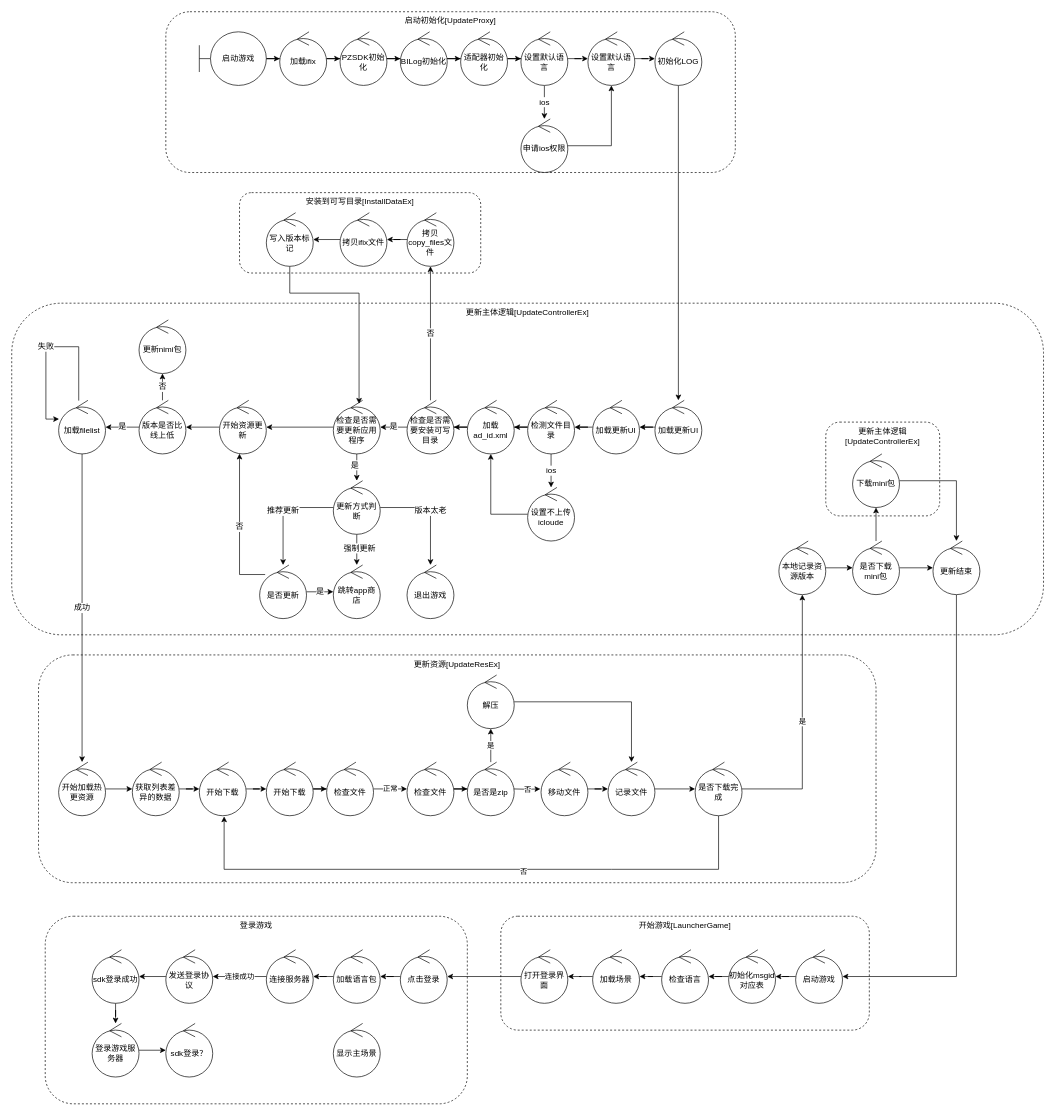
cliang/drawio keeps this draw.io diagram as 游戏启动流程.drawio. Above is the earlier version. Source tidied: cells renumbered, new cells numbered last; positions are measured from the earlier drawing's top-left corner, leaving out a move shared by most shapes. Both pictures are drawn from the tidied source at 67%, with x=0, y=0 at pixel (11, 11).
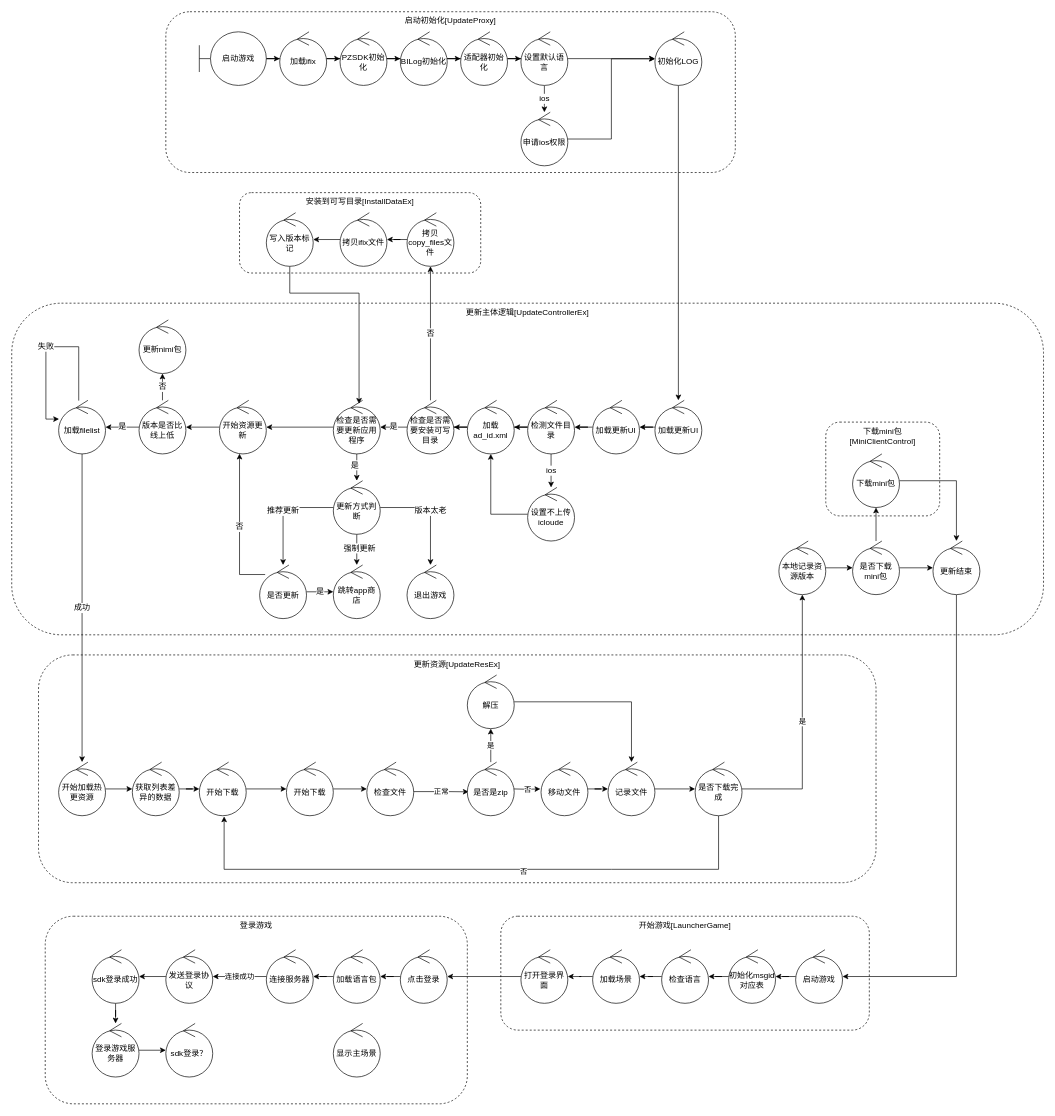
The same diagram, later.

Commit message:
更新游戏启动流程.drawio

The change refers to these unchanged cells:
```xml
<mxCell id="20" value="设置默认语言" style="ellipse;shape=umlControl;whiteSpace=wrap;html=1;fontSize=12;" parent="1" vertex="1">
  <mxGeometry x="760" y="30" width="70" height="80" as="geometry" />
</mxCell>
<mxCell id="26" value="初始化LOG" style="ellipse;shape=umlControl;whiteSpace=wrap;html=1;fontSize=12;" parent="1" vertex="1">
  <mxGeometry x="960" y="30" width="70" height="80" as="geometry" />
</mxCell>
<mxCell id="90" value="是否是zip" style="ellipse;shape=umlControl;whiteSpace=wrap;html=1;fontSize=12;" parent="1" vertex="1">
  <mxGeometry x="680" y="1120" width="70" height="80" as="geometry" />
</mxCell>
```

Change to the diagram source:
```diff
@@
+    <mxCell id="4" value="更新主体逻辑[UpdateControllerEx]" style="rounded=1;whiteSpace=wrap;html=1;fontSize=12;dashed=1;fillColor=none;verticalAlign=top;" parent="1" vertex="1">
+      <mxGeometry y="435" width="1540" height="495" as="geometry" />
+    </mxCell>
@@
-    <mxCell id="3" value="更新主体逻辑[UpdateControllerEx]" style="rounded=1;whiteSpace=wrap;html=1;fontSize=12;dashed=1;fillColor=none;verticalAlign=top;" parent="1" vertex="1">
+    <mxCell id="3" value="下载mini包&lt;br&gt;[MiniClientControl]" style="rounded=1;whiteSpace=wrap;html=1;fontSize=12;dashed=1;fillColor=none;verticalAlign=top;" parent="1" vertex="1">
       <mxGeometry x="1215" y="612.5" width="170" height="140" as="geometry" />
     </mxCell>
-    <mxCell id="4" value="更新主体逻辑[UpdateControllerEx]" style="rounded=1;whiteSpace=wrap;html=1;fontSize=12;dashed=1;fillColor=none;verticalAlign=top;" parent="1" vertex="1">
-      <mxGeometry y="435" width="1540" height="495" as="geometry" />
-    </mxCell>
@@
-    <mxCell id="19" style="edgeStyle=orthogonalEdgeStyle;rounded=0;jettySize=auto;html=1;fontSize=12;" parent="1" edge="1" source="20" target="24">
-      <mxGeometry relative="1" as="geometry" />
-    </mxCell>
+    <mxCell id="129" style="edgeStyle=orthogonalEdgeStyle;rounded=0;jettySize=auto;html=1;" parent="1" edge="1" source="20" target="26">
+      <mxGeometry relative="1" as="geometry" />
+    </mxCell>
@@
-    <mxCell id="21" style="edgeStyle=orthogonalEdgeStyle;rounded=0;jettySize=auto;html=1;fontSize=12;" parent="1" edge="1" source="22" target="24">
-      <mxGeometry relative="1" as="geometry" />
-    </mxCell>
+    <mxCell id="130" style="edgeStyle=orthogonalEdgeStyle;rounded=0;jettySize=auto;html=1;entryX=0.002;entryY=0.504;entryDx=0;entryDy=0;entryPerimeter=0;" parent="1" edge="1" source="22" target="26">
+      <mxGeometry relative="1" as="geometry" />
+    </mxCell>
     <mxCell id="22" value="申请ios权限" style="ellipse;shape=umlControl;whiteSpace=wrap;html=1;fontSize=12;" parent="1" vertex="1">
-      <mxGeometry x="760" y="160" width="70" height="80" as="geometry" />
+      <mxGeometry x="760" y="150" width="70" height="80" as="geometry" />
     </mxCell>
-    <mxCell id="23" style="edgeStyle=orthogonalEdgeStyle;rounded=0;jettySize=auto;html=1;fontSize=12;" parent="1" edge="1" source="24" target="26">
-      <mxGeometry relative="1" as="geometry" />
-    </mxCell>
-    <mxCell id="24" value="设置默认语言" style="ellipse;shape=umlControl;whiteSpace=wrap;html=1;fontSize=12;" parent="1" vertex="1">
-      <mxGeometry x="860" y="30" width="70" height="80" as="geometry" />
-    </mxCell>
@@
     <mxCell id="77" value="开始下载" style="ellipse;shape=umlControl;whiteSpace=wrap;html=1;fontSize=12;" parent="1" vertex="1">
-      <mxGeometry x="380" y="1120" width="70" height="80" as="geometry" />
+      <mxGeometry x="410" y="1120" width="70" height="80" as="geometry" />
     </mxCell>
@@
-    <mxCell id="84" value="正常" style="edgeStyle=orthogonalEdgeStyle;rounded=0;jettySize=auto;html=1;" parent="1" edge="1" source="85" target="87">
-      <mxGeometry relative="1" as="geometry" />
+    <mxCell id="84" value="正常" style="edgeStyle=orthogonalEdgeStyle;rounded=0;jettySize=auto;html=1;entryX=0.029;entryY=0.554;entryDx=0;entryDy=0;entryPerimeter=0;" parent="1" edge="1" source="85" target="90">
+      <mxGeometry relative="1" as="geometry">
+        <Array as="points">
+          <mxPoint x="650" y="1164" />
+          <mxPoint x="650" y="1164" />
+        </Array>
+      </mxGeometry>
     </mxCell>
     <mxCell id="85" value="检查文件" style="ellipse;shape=umlControl;whiteSpace=wrap;html=1;fontSize=12;" parent="1" vertex="1">
-      <mxGeometry x="470" y="1120" width="70" height="80" as="geometry" />
+      <mxGeometry x="530" y="1120" width="70" height="80" as="geometry" />
     </mxCell>
-    <mxCell id="86" style="edgeStyle=orthogonalEdgeStyle;rounded=0;jettySize=auto;html=1;" parent="1" edge="1" source="87" target="90">
-      <mxGeometry relative="1" as="geometry" />
-    </mxCell>
-    <mxCell id="87" value="检查文件" style="ellipse;shape=umlControl;whiteSpace=wrap;html=1;fontSize=12;" parent="1" vertex="1">
-      <mxGeometry x="590" y="1120" width="70" height="80" as="geometry" />
-    </mxCell>
```
